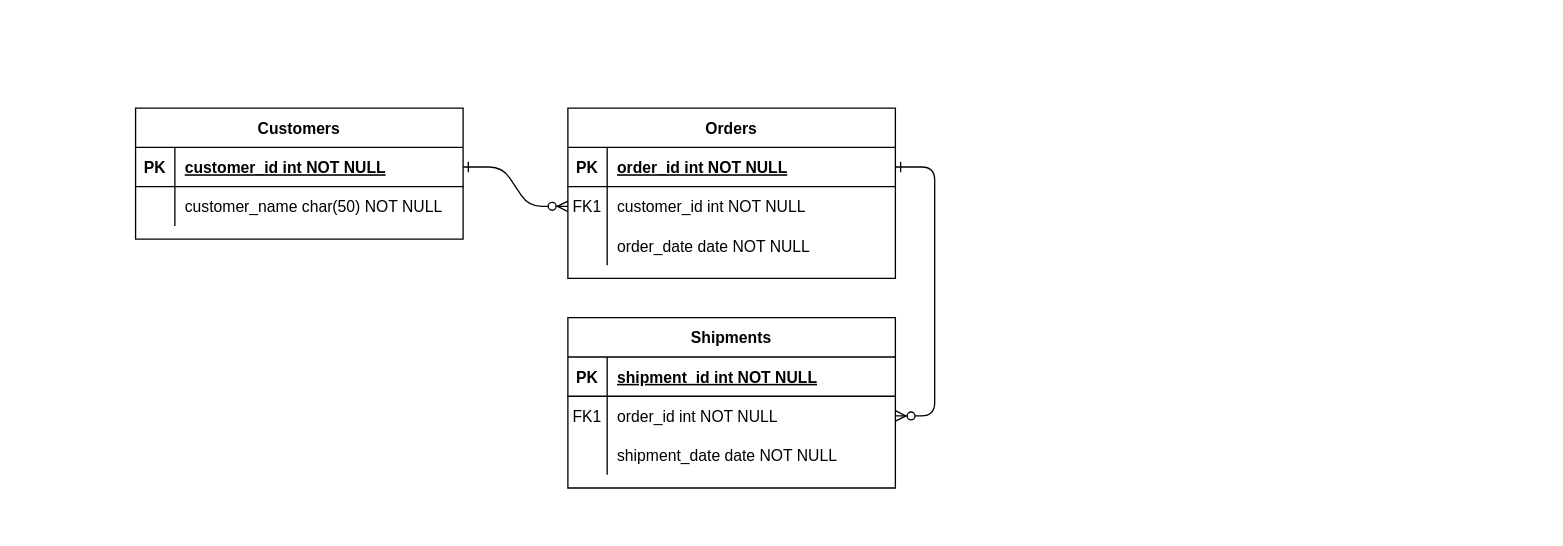
Above: 毕业设计ER图.drawio in gaohongy/Graduation-Project (draw.io), before the change. Source tidied: cells renumbered, new cells numbered last; positions are measured from the earlier drawing's top-left corner, leaving out a move shared by most shapes. Both pictures are drawn from the tidied source at 131%, with x=0, y=0 at pixel (135, 107).
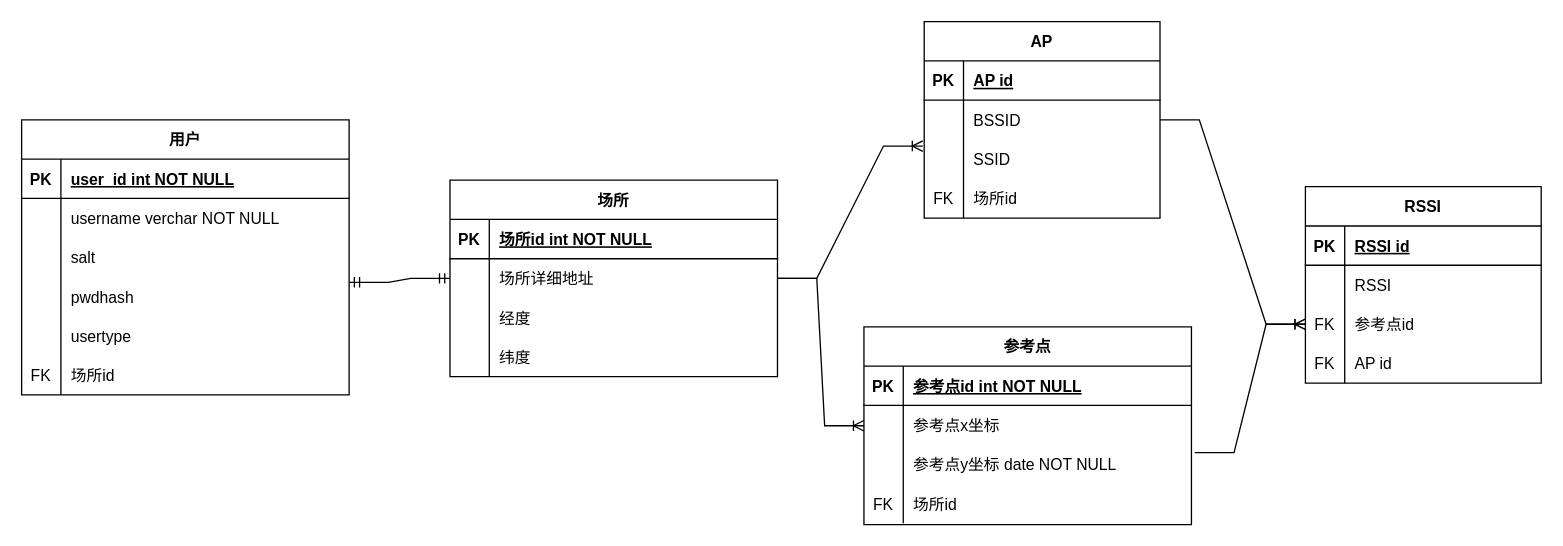
The same page after the edit.

Commit message:
更新毕业设计ER图.drawio

Unchanged cells that the change refers to:
```xml
<mxCell id="5" style="shape=partialRectangle;fillColor=none;points=[[0,0.5],[1,0.5]];portConstraint=eastwest;top=0;left=0;right=0;bottom=1;" parent="4" vertex="1">
  <mxGeometry y="30" width="250" height="30" as="geometry" />
</mxCell>
<mxCell id="15" style="shape=partialRectangle;fillColor=none;top=0;left=0;right=0;bottom=1;" parent="14" vertex="1">
  <mxGeometry y="30" width="250" height="30" as="geometry" />
</mxCell>
<mxCell id="21" style="shape=partialRectangle;fillColor=none;points=[[0,0.5],[1,0.5]];portConstraint=eastwest;top=0;left=0;right=0;bottom=0;" parent="14" vertex="1">
  <mxGeometry y="90" width="250" height="30" as="geometry" />
</mxCell>
<mxCell id="25" style="shape=partialRectangle;fillColor=none;points=[[0,0.5],[1,0.5]];portConstraint=eastwest;top=0;left=0;right=0;bottom=1;" parent="24" vertex="1">
  <mxGeometry y="30" width="250" height="30" as="geometry" />
</mxCell>
<mxCell id="28" style="shape=partialRectangle;fillColor=none;top=0;left=0;right=0;bottom=0;" parent="24" vertex="1">
  <mxGeometry y="60" width="250" height="30" as="geometry" />
</mxCell>
```

Change to the diagram source:
```diff
@@
-    <mxCell id="2" style="edgeStyle=entityRelationEdgeStyle;endArrow=ERzeroToMany;startArrow=ERone;endFill=1;startFill=0;" parent="1" edge="1" source="25" target="8">
-      <mxGeometry relative="1" as="geometry" />
-    </mxCell>
-    <mxCell id="3" style="edgeStyle=entityRelationEdgeStyle;endArrow=ERzeroToMany;startArrow=ERone;endFill=1;startFill=0;" parent="1" edge="1" source="5" target="18">
-      <mxGeometry relative="1" as="geometry" />
-    </mxCell>
-    <mxCell id="4" value="Orders" style="shape=table;startSize=30;childLayout=tableLayout;rowLines=0;fontStyle=1;align=center;" parent="1" vertex="1">
-      <mxGeometry x="330" width="250" height="130" as="geometry" />
+    <mxCell id="4" value="场所" style="shape=table;startSize=30;childLayout=tableLayout;rowLines=0;fontStyle=1;align=center;" parent="1" vertex="1">
+      <mxGeometry x="240" y="55" width="250" height="150" as="geometry" />
     </mxCell>
@@
-    <mxCell id="7" value="order_id int NOT NULL " style="shape=partialRectangle;overflow=hidden;fillColor=none;top=0;left=0;bottom=0;right=0;align=left;spacingLeft=6;fontStyle=5;" parent="5" vertex="1">
+    <mxCell id="7" value="场所id int NOT NULL " style="shape=partialRectangle;overflow=hidden;fillColor=none;top=0;left=0;bottom=0;right=0;align=left;spacingLeft=6;fontStyle=5;" parent="5" vertex="1">
       <mxGeometry x="30" width="220" height="30" as="geometry" />
     </mxCell>
-    <mxCell id="8" style="shape=partialRectangle;fillColor=none;points=[[0,0.5],[1,0.5]];portConstraint=eastwest;top=0;left=0;right=0;bottom=0;" parent="4" vertex="1">
-      <mxGeometry y="60" width="250" height="30" as="geometry" />
-    </mxCell>
-    <mxCell id="9" value="FK1" style="shape=partialRectangle;overflow=hidden;fillColor=none;top=0;left=0;bottom=0;right=0;" parent="8" vertex="1">
-      <mxGeometry width="30" height="30" as="geometry" />
-    </mxCell>
-    <mxCell id="10" value="customer_id int NOT NULL" style="shape=partialRectangle;overflow=hidden;fillColor=none;top=0;left=0;bottom=0;right=0;align=left;spacingLeft=6;" parent="8" vertex="1">
-      <mxGeometry x="30" width="220" height="30" as="geometry" />
-    </mxCell>
-    <mxCell id="11" style="shape=partialRectangle;fillColor=none;top=0;left=0;right=0;bottom=0;" parent="4" vertex="1">
-      <mxGeometry y="90" width="250" height="30" as="geometry" />
-    </mxCell>
-    <mxCell id="12" style="shape=partialRectangle;overflow=hidden;fillColor=none;top=0;left=0;bottom=0;right=0;" parent="11" vertex="1">
-      <mxGeometry width="30" height="30" as="geometry" />
-    </mxCell>
-    <mxCell id="13" value="order_date date NOT NULL" style="shape=partialRectangle;overflow=hidden;fillColor=none;top=0;left=0;bottom=0;right=0;align=left;spacingLeft=6;" parent="11" vertex="1">
-      <mxGeometry x="30" width="220" height="30" as="geometry" />
-    </mxCell>
+    <mxCell id="31" style="shape=tableRow;horizontal=0;startSize=0;swimlaneHead=0;swimlaneBody=0;fillColor=none;points=[[0,0.5],[1,0.5]];portConstraint=eastwest;top=0;left=0;right=0;bottom=0;" parent="4" vertex="1">
+      <mxGeometry y="60" width="250" height="30" as="geometry" />
+    </mxCell>
+    <mxCell id="32" style="shape=partialRectangle;fillColor=none;top=0;left=0;bottom=0;right=0;overflow=hidden;" parent="31" vertex="1">
+      <mxGeometry width="30" height="30" as="geometry" />
+    </mxCell>
+    <mxCell id="33" value="场所详细地址" style="shape=partialRectangle;fillColor=none;top=0;left=0;bottom=0;right=0;align=left;spacingLeft=6;overflow=hidden;" parent="31" vertex="1">
+      <mxGeometry x="30" width="220" height="30" as="geometry" />
+    </mxCell>
+    <mxCell id="34" style="shape=tableRow;horizontal=0;startSize=0;swimlaneHead=0;swimlaneBody=0;fillColor=none;top=0;left=0;right=0;bottom=0;" parent="4" vertex="1">
+      <mxGeometry y="90" width="250" height="30" as="geometry" />
+    </mxCell>
+    <mxCell id="35" style="shape=partialRectangle;fillColor=none;top=0;left=0;bottom=0;right=0;overflow=hidden;" parent="34" vertex="1">
+      <mxGeometry width="30" height="30" as="geometry" />
+    </mxCell>
+    <mxCell id="36" value="经度" style="shape=partialRectangle;fillColor=none;top=0;left=0;bottom=0;right=0;align=left;spacingLeft=6;overflow=hidden;" parent="34" vertex="1">
+      <mxGeometry x="30" width="220" height="30" as="geometry" />
+    </mxCell>
+    <mxCell id="37" style="shape=tableRow;horizontal=0;startSize=0;swimlaneHead=0;swimlaneBody=0;fillColor=none;top=0;left=0;right=0;bottom=0;" parent="4" vertex="1">
+      <mxGeometry y="120" width="250" height="30" as="geometry" />
+    </mxCell>
+    <mxCell id="38" style="shape=partialRectangle;fillColor=none;top=0;left=0;bottom=0;right=0;overflow=hidden;" parent="37" vertex="1">
+      <mxGeometry width="30" height="30" as="geometry" />
+    </mxCell>
+    <mxCell id="39" value="纬度" style="shape=partialRectangle;fillColor=none;top=0;left=0;bottom=0;right=0;align=left;spacingLeft=6;overflow=hidden;" parent="37" vertex="1">
+      <mxGeometry x="30" width="220" height="30" as="geometry" />
+    </mxCell>
-    <mxCell id="14" value="Shipments" style="shape=table;startSize=30;childLayout=tableLayout;rowLines=0;fontStyle=1;align=center;" parent="1" vertex="1">
-      <mxGeometry x="330" y="160" width="250" height="130" as="geometry" />
+    <mxCell id="14" value="参考点" style="shape=table;startSize=30;childLayout=tableLayout;rowLines=0;fontStyle=1;align=center;" parent="1" vertex="1">
+      <mxGeometry x="556" y="167" width="250" height="151" as="geometry" />
     </mxCell>
@@
-    <mxCell id="17" value="shipment_id int NOT NULL " style="shape=partialRectangle;overflow=hidden;fillColor=none;top=0;left=0;bottom=0;right=0;align=left;spacingLeft=6;fontStyle=5;" parent="15" vertex="1">
+    <mxCell id="17" value="参考点id int NOT NULL " style="shape=partialRectangle;overflow=hidden;fillColor=none;top=0;left=0;bottom=0;right=0;align=left;spacingLeft=6;fontStyle=5;" parent="15" vertex="1">
       <mxGeometry x="30" width="220" height="30" as="geometry" />
     </mxCell>
-    <mxCell id="18" style="shape=partialRectangle;fillColor=none;points=[[0,0.5],[1,0.5]];portConstraint=eastwest;top=0;left=0;right=0;bottom=0;" parent="14" vertex="1">
-      <mxGeometry y="60" width="250" height="30" as="geometry" />
-    </mxCell>
-    <mxCell id="19" value="FK1" style="shape=partialRectangle;overflow=hidden;fillColor=none;top=0;left=0;bottom=0;right=0;" parent="18" vertex="1">
-      <mxGeometry width="30" height="30" as="geometry" />
-    </mxCell>
-    <mxCell id="20" value="order_id int NOT NULL" style="shape=partialRectangle;overflow=hidden;fillColor=none;top=0;left=0;bottom=0;right=0;align=left;spacingLeft=6;" parent="18" vertex="1">
-      <mxGeometry x="30" width="220" height="30" as="geometry" />
-    </mxCell>
+    <mxCell id="40" style="shape=tableRow;horizontal=0;startSize=0;swimlaneHead=0;swimlaneBody=0;fillColor=none;top=0;left=0;right=0;bottom=0;" parent="14" vertex="1">
+      <mxGeometry y="60" width="250" height="30" as="geometry" />
+    </mxCell>
+    <mxCell id="41" style="shape=partialRectangle;fillColor=none;top=0;left=0;bottom=0;right=0;overflow=hidden;" parent="40" vertex="1">
+      <mxGeometry width="30" height="30" as="geometry" />
+    </mxCell>
+    <mxCell id="42" value="参考点x坐标" style="shape=partialRectangle;fillColor=none;top=0;left=0;bottom=0;right=0;align=left;spacingLeft=6;overflow=hidden;" parent="40" vertex="1">
+      <mxGeometry x="30" width="220" height="30" as="geometry" />
+    </mxCell>
@@
-    <mxCell id="23" value="shipment_date date NOT NULL" style="shape=partialRectangle;overflow=hidden;fillColor=none;top=0;left=0;bottom=0;right=0;align=left;spacingLeft=6;" parent="21" vertex="1">
+    <mxCell id="23" value="参考点y坐标 date NOT NULL" style="shape=partialRectangle;overflow=hidden;fillColor=none;top=0;left=0;bottom=0;right=0;align=left;spacingLeft=6;" parent="21" vertex="1">
       <mxGeometry x="30" width="220" height="30" as="geometry" />
     </mxCell>
+    <mxCell id="43" style="shape=tableRow;horizontal=0;startSize=0;swimlaneHead=0;swimlaneBody=0;fillColor=none;top=0;left=0;right=0;bottom=0;" parent="14" vertex="1">
+      <mxGeometry y="120" width="250" height="30" as="geometry" />
+    </mxCell>
+    <mxCell id="44" value="FK" style="shape=partialRectangle;fillColor=none;top=0;left=0;bottom=0;right=0;fontStyle=0;overflow=hidden;" parent="43" vertex="1">
+      <mxGeometry width="30" height="30" as="geometry" />
+    </mxCell>
+    <mxCell id="45" value="场所id" style="shape=partialRectangle;fillColor=none;top=0;left=0;bottom=0;right=0;align=left;spacingLeft=6;fontStyle=0;overflow=hidden;" parent="43" vertex="1">
+      <mxGeometry x="30" width="220" height="30" as="geometry" />
+    </mxCell>
-    <mxCell id="24" value="Customers" style="shape=table;startSize=30;childLayout=tableLayout;rowLines=0;fontStyle=1;align=center;" parent="1" vertex="1">
-      <mxGeometry width="250" height="100" as="geometry" />
+    <mxCell id="24" value="用户" style="shape=table;startSize=30;childLayout=tableLayout;rowLines=0;fontStyle=1;align=center;" parent="1" vertex="1">
+      <mxGeometry x="-87" y="9" width="250" height="210" as="geometry" />
     </mxCell>
@@
-    <mxCell id="27" value="customer_id int NOT NULL " style="shape=partialRectangle;overflow=hidden;fillColor=none;top=0;left=0;bottom=0;right=0;align=left;spacingLeft=6;fontStyle=5;" parent="25" vertex="1">
+    <mxCell id="27" value="user_id int NOT NULL " style="shape=partialRectangle;overflow=hidden;fillColor=none;top=0;left=0;bottom=0;right=0;align=left;spacingLeft=6;fontStyle=5;" parent="25" vertex="1">
       <mxGeometry x="30" width="220" height="30" as="geometry" />
     </mxCell>
@@
-    <mxCell id="30" value="customer_name char(50) NOT NULL" style="shape=partialRectangle;overflow=hidden;fillColor=none;top=0;left=0;bottom=0;right=0;align=left;spacingLeft=6;" parent="28" vertex="1">
+    <mxCell id="30" value="username verchar NOT NULL" style="shape=partialRectangle;overflow=hidden;fillColor=none;top=0;left=0;bottom=0;right=0;align=left;spacingLeft=6;" parent="28" vertex="1">
       <mxGeometry x="30" width="220" height="30" as="geometry" />
     </mxCell>
+    <mxCell id="46" style="shape=tableRow;horizontal=0;startSize=0;swimlaneHead=0;swimlaneBody=0;fillColor=none;top=0;left=0;right=0;bottom=0;" parent="24" vertex="1">
+      <mxGeometry y="90" width="250" height="30" as="geometry" />
+    </mxCell>
+    <mxCell id="47" style="shape=partialRectangle;fillColor=none;top=0;left=0;bottom=0;right=0;overflow=hidden;" parent="46" vertex="1">
+      <mxGeometry width="30" height="30" as="geometry" />
+    </mxCell>
+    <mxCell id="48" value="salt" style="shape=partialRectangle;fillColor=none;top=0;left=0;bottom=0;right=0;align=left;spacingLeft=6;overflow=hidden;" parent="46" vertex="1">
+      <mxGeometry x="30" width="220" height="30" as="geometry" />
+    </mxCell>
+    <mxCell id="49" style="shape=tableRow;horizontal=0;startSize=0;swimlaneHead=0;swimlaneBody=0;fillColor=none;points=[[0,0.5],[1,0.5]];portConstraint=eastwest;top=0;left=0;right=0;bottom=0;" parent="24" vertex="1">
+      <mxGeometry y="120" width="250" height="30" as="geometry" />
+    </mxCell>
+    <mxCell id="50" style="shape=partialRectangle;fillColor=none;top=0;left=0;bottom=0;right=0;overflow=hidden;" parent="49" vertex="1">
+      <mxGeometry width="30" height="30" as="geometry" />
+    </mxCell>
+    <mxCell id="51" value="pwdhash" style="shape=partialRectangle;fillColor=none;top=0;left=0;bottom=0;right=0;align=left;spacingLeft=6;overflow=hidden;" parent="49" vertex="1">
+      <mxGeometry x="30" width="220" height="30" as="geometry" />
+    </mxCell>
+    <mxCell id="52" style="shape=tableRow;horizontal=0;startSize=0;swimlaneHead=0;swimlaneBody=0;fillColor=none;top=0;left=0;right=0;bottom=0;" parent="24" vertex="1">
+      <mxGeometry y="150" width="250" height="30" as="geometry" />
+    </mxCell>
+    <mxCell id="53" style="shape=partialRectangle;fillColor=none;top=0;left=0;bottom=0;right=0;overflow=hidden;" parent="52" vertex="1">
+      <mxGeometry width="30" height="30" as="geometry" />
+    </mxCell>
+    <mxCell id="54" value="usertype" style="shape=partialRectangle;fillColor=none;top=0;left=0;bottom=0;right=0;align=left;spacingLeft=6;overflow=hidden;" parent="52" vertex="1">
+      <mxGeometry x="30" width="220" height="30" as="geometry" />
+    </mxCell>
+    <mxCell id="55" style="shape=tableRow;horizontal=0;startSize=0;swimlaneHead=0;swimlaneBody=0;fillColor=none;top=0;left=0;right=0;bottom=0;" parent="24" vertex="1">
+      <mxGeometry y="180" width="250" height="30" as="geometry" />
+    </mxCell>
+    <mxCell id="56" value="FK" style="shape=partialRectangle;fillColor=none;top=0;left=0;bottom=0;right=0;fontStyle=0;overflow=hidden;" parent="55" vertex="1">
+      <mxGeometry width="30" height="30" as="geometry" />
+    </mxCell>
+    <mxCell id="57" value="场所id" style="shape=partialRectangle;fillColor=none;top=0;left=0;bottom=0;right=0;align=left;spacingLeft=6;fontStyle=0;overflow=hidden;" parent="55" vertex="1">
+      <mxGeometry x="30" width="220" height="30" as="geometry" />
+    </mxCell>
+    <mxCell id="58" value="AP" style="shape=table;startSize=30;childLayout=tableLayout;rowLines=0;fontStyle=1;align=center;" parent="1" vertex="1">
+      <mxGeometry x="602" y="-66" width="180" height="150" as="geometry" />
+    </mxCell>
+    <mxCell id="59" style="shape=tableRow;horizontal=0;startSize=0;swimlaneHead=0;swimlaneBody=0;fillColor=none;top=0;left=0;right=0;bottom=1;" parent="58" vertex="1">
+      <mxGeometry y="30" width="180" height="30" as="geometry" />
+    </mxCell>
+    <mxCell id="60" value="PK" style="shape=partialRectangle;fillColor=none;top=0;left=0;bottom=0;right=0;fontStyle=1;overflow=hidden;" parent="59" vertex="1">
+      <mxGeometry width="30" height="30" as="geometry" />
+    </mxCell>
+    <mxCell id="61" value="AP id" style="shape=partialRectangle;fillColor=none;top=0;left=0;bottom=0;right=0;align=left;spacingLeft=6;fontStyle=5;overflow=hidden;" parent="59" vertex="1">
+      <mxGeometry x="30" width="150" height="30" as="geometry" />
+    </mxCell>
+    <mxCell id="62" style="shape=tableRow;horizontal=0;startSize=0;swimlaneHead=0;swimlaneBody=0;fillColor=none;points=[[0,0.5],[1,0.5]];portConstraint=eastwest;top=0;left=0;right=0;bottom=0;" parent="58" vertex="1">
+      <mxGeometry y="60" width="180" height="30" as="geometry" />
+    </mxCell>
+    <mxCell id="63" style="shape=partialRectangle;fillColor=none;top=0;left=0;bottom=0;right=0;overflow=hidden;" parent="62" vertex="1">
+      <mxGeometry width="30" height="30" as="geometry" />
+    </mxCell>
+    <mxCell id="64" value="BSSID" style="shape=partialRectangle;fillColor=none;top=0;left=0;bottom=0;right=0;align=left;spacingLeft=6;overflow=hidden;" parent="62" vertex="1">
+      <mxGeometry x="30" width="150" height="30" as="geometry" />
+    </mxCell>
+    <mxCell id="65" style="shape=tableRow;horizontal=0;startSize=0;swimlaneHead=0;swimlaneBody=0;fillColor=none;points=[[0,0.5],[1,0.5]];portConstraint=eastwest;top=0;left=0;right=0;bottom=0;" parent="58" vertex="1">
+      <mxGeometry y="90" width="180" height="30" as="geometry" />
+    </mxCell>
+    <mxCell id="66" style="shape=partialRectangle;fillColor=none;top=0;left=0;bottom=0;right=0;overflow=hidden;" parent="65" vertex="1">
+      <mxGeometry width="30" height="30" as="geometry" />
+    </mxCell>
+    <mxCell id="67" value="SSID" style="shape=partialRectangle;fillColor=none;top=0;left=0;bottom=0;right=0;align=left;spacingLeft=6;overflow=hidden;" parent="65" vertex="1">
+      <mxGeometry x="30" width="150" height="30" as="geometry" />
+    </mxCell>
+    <mxCell id="68" style="shape=tableRow;horizontal=0;startSize=0;swimlaneHead=0;swimlaneBody=0;fillColor=none;top=0;left=0;right=0;bottom=0;" parent="58" vertex="1">
+      <mxGeometry y="120" width="180" height="30" as="geometry" />
+    </mxCell>
+    <mxCell id="69" value="FK" style="shape=partialRectangle;fillColor=none;top=0;left=0;bottom=0;right=0;fontStyle=0;overflow=hidden;" parent="68" vertex="1">
+      <mxGeometry width="30" height="30" as="geometry" />
+    </mxCell>
+    <mxCell id="70" value="场所id" style="shape=partialRectangle;fillColor=none;top=0;left=0;bottom=0;right=0;align=left;spacingLeft=6;fontStyle=0;overflow=hidden;" parent="68" vertex="1">
+      <mxGeometry x="30" width="150" height="30" as="geometry" />
+    </mxCell>
+    <mxCell id="71" value="RSSI" style="shape=table;startSize=30;childLayout=tableLayout;rowLines=0;fontStyle=1;align=center;" parent="1" vertex="1">
+      <mxGeometry x="893" y="60" width="180" height="150" as="geometry" />
+    </mxCell>
+    <mxCell id="72" style="shape=tableRow;horizontal=0;startSize=0;swimlaneHead=0;swimlaneBody=0;fillColor=none;top=0;left=0;right=0;bottom=1;" parent="71" vertex="1">
+      <mxGeometry y="30" width="180" height="30" as="geometry" />
+    </mxCell>
+    <mxCell id="73" value="PK" style="shape=partialRectangle;fillColor=none;top=0;left=0;bottom=0;right=0;fontStyle=1;overflow=hidden;" parent="72" vertex="1">
+      <mxGeometry width="30" height="30" as="geometry" />
+    </mxCell>
+    <mxCell id="74" value="RSSI id" style="shape=partialRectangle;fillColor=none;top=0;left=0;bottom=0;right=0;align=left;spacingLeft=6;fontStyle=5;overflow=hidden;" parent="72" vertex="1">
+      <mxGeometry x="30" width="150" height="30" as="geometry" />
+    </mxCell>
+    <mxCell id="75" style="shape=tableRow;horizontal=0;startSize=0;swimlaneHead=0;swimlaneBody=0;fillColor=none;top=0;left=0;right=0;bottom=0;" parent="71" vertex="1">
+      <mxGeometry y="60" width="180" height="30" as="geometry" />
+    </mxCell>
+    <mxCell id="76" style="shape=partialRectangle;fillColor=none;top=0;left=0;bottom=0;right=0;overflow=hidden;" parent="75" vertex="1">
+      <mxGeometry width="30" height="30" as="geometry" />
+    </mxCell>
+    <mxCell id="77" value="RSSI" style="shape=partialRectangle;fillColor=none;top=0;left=0;bottom=0;right=0;align=left;spacingLeft=6;overflow=hidden;" parent="75" vertex="1">
+      <mxGeometry x="30" width="150" height="30" as="geometry" />
+    </mxCell>
+    <mxCell id="78" style="shape=tableRow;horizontal=0;startSize=0;swimlaneHead=0;swimlaneBody=0;fillColor=none;points=[[0,0.5],[1,0.5]];portConstraint=eastwest;top=0;left=0;right=0;bottom=0;" parent="71" vertex="1">
+      <mxGeometry y="90" width="180" height="30" as="geometry" />
+    </mxCell>
+    <mxCell id="79" value="FK" style="shape=partialRectangle;fillColor=none;top=0;left=0;bottom=0;right=0;fontStyle=0;overflow=hidden;" parent="78" vertex="1">
+      <mxGeometry width="30" height="30" as="geometry" />
+    </mxCell>
+    <mxCell id="80" value="参考点id" style="shape=partialRectangle;fillColor=none;top=0;left=0;bottom=0;right=0;align=left;spacingLeft=6;fontStyle=0;overflow=hidden;" parent="78" vertex="1">
+      <mxGeometry x="30" width="150" height="30" as="geometry" />
+    </mxCell>
+    <mxCell id="81" style="shape=tableRow;horizontal=0;startSize=0;swimlaneHead=0;swimlaneBody=0;fillColor=none;top=0;left=0;right=0;bottom=0;" parent="71" vertex="1">
+      <mxGeometry y="120" width="180" height="30" as="geometry" />
+    </mxCell>
+    <mxCell id="82" value="FK" style="shape=partialRectangle;fillColor=none;top=0;left=0;bottom=0;right=0;fontStyle=0;overflow=hidden;" parent="81" vertex="1">
+      <mxGeometry width="30" height="30" as="geometry" />
+    </mxCell>
+    <mxCell id="83" value="AP id" style="shape=partialRectangle;fillColor=none;top=0;left=0;bottom=0;right=0;align=left;spacingLeft=6;fontStyle=0;overflow=hidden;" parent="81" vertex="1">
+      <mxGeometry x="30" width="150" height="30" as="geometry" />
+    </mxCell>
+    <mxCell id="84" style="edgeStyle=entityRelationEdgeStyle;fontSize=12;html=1;endArrow=ERoneToMany;rounded=0;entryX=0;entryY=0.5;entryDx=0;entryDy=0;exitX=1;exitY=0.5;exitDx=0;exitDy=0;" parent="1" edge="1" source="31" target="14">
+      <mxGeometry relative="1" as="geometry" />
+    </mxCell>
+    <mxCell id="85" style="edgeStyle=entityRelationEdgeStyle;fontSize=12;html=1;endArrow=ERoneToMany;rounded=0;entryX=-0.006;entryY=0.167;entryDx=0;entryDy=0;entryPerimeter=0;exitX=1;exitY=0.5;exitDx=0;exitDy=0;" parent="1" edge="1" source="31" target="65">
+      <mxGeometry relative="1" as="geometry" />
+    </mxCell>
+    <mxCell id="86" style="edgeStyle=entityRelationEdgeStyle;fontSize=12;html=1;endArrow=ERmandOne;startArrow=ERmandOne;rounded=0;exitX=0;exitY=0.5;exitDx=0;exitDy=0;entryX=1;entryY=0.133;entryDx=0;entryDy=0;entryPerimeter=0;" parent="1" edge="1" source="31" target="49">
+      <mxGeometry relative="1" as="geometry" />
+    </mxCell>
+    <mxCell id="87" style="edgeStyle=entityRelationEdgeStyle;fontSize=12;html=1;endArrow=ERoneToMany;rounded=0;exitX=1;exitY=0.5;exitDx=0;exitDy=0;entryX=0;entryY=0.5;entryDx=0;entryDy=0;" parent="1" edge="1" source="62" target="78">
+      <mxGeometry relative="1" as="geometry" />
+    </mxCell>
+    <mxCell id="88" style="edgeStyle=entityRelationEdgeStyle;fontSize=12;html=1;endArrow=ERoneToMany;rounded=0;exitX=1.01;exitY=0.2;exitDx=0;exitDy=0;exitPerimeter=0;entryX=0;entryY=0.5;entryDx=0;entryDy=0;" parent="1" edge="1" source="21" target="78">
+      <mxGeometry relative="1" as="geometry" />
+    </mxCell>
```
